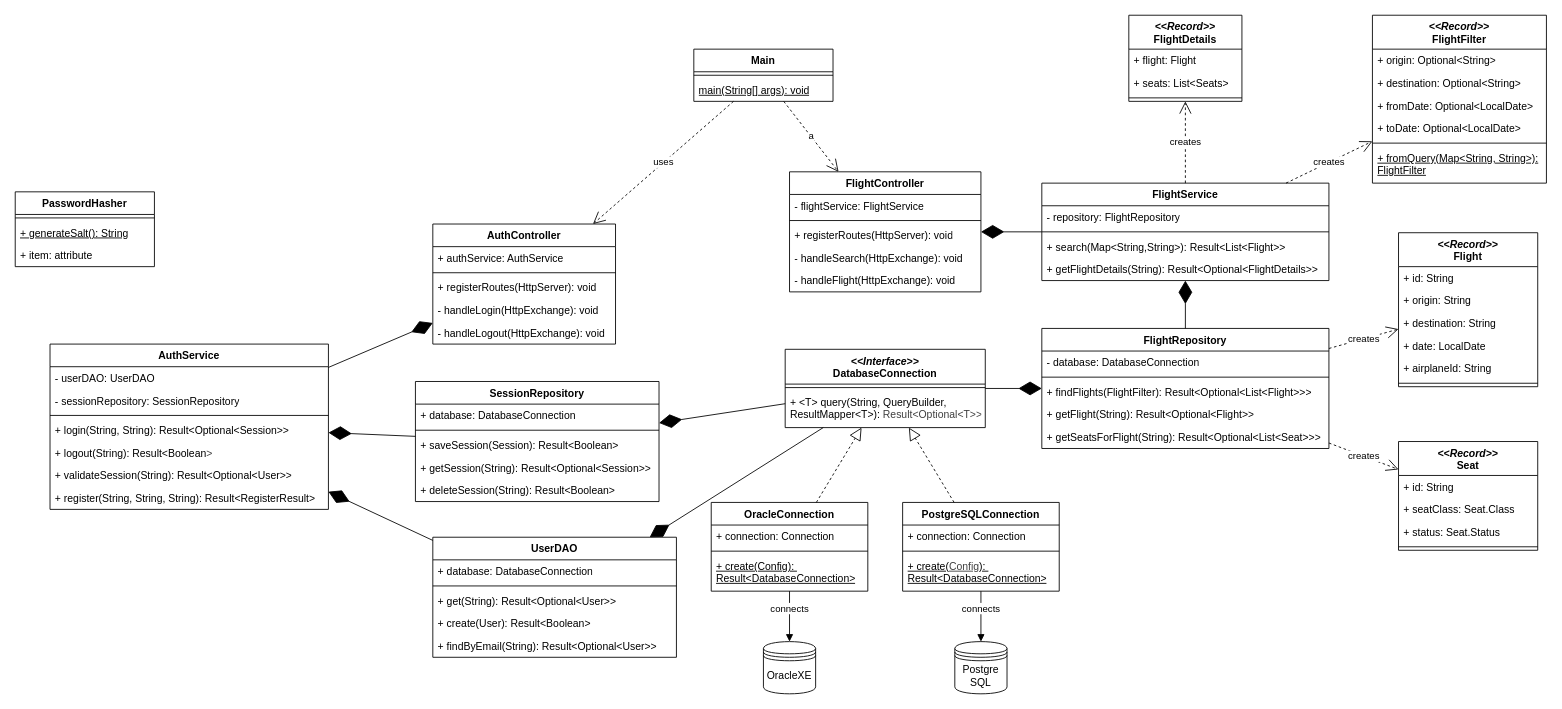
RobToxx/airline-http-server keeps this draw.io diagram as page "Detailed" (1 of 3) of docs/ClassDiagram.drawio. Above is the earlier version. Source tidied: cells renumbered, new cells numbered last; positions are measured from the earlier drawing's top-left corner, leaving out a move shared by most shapes. Both pictures are drawn from the tidied source at 87%, with x=0, y=0 at pixel (15, 15).
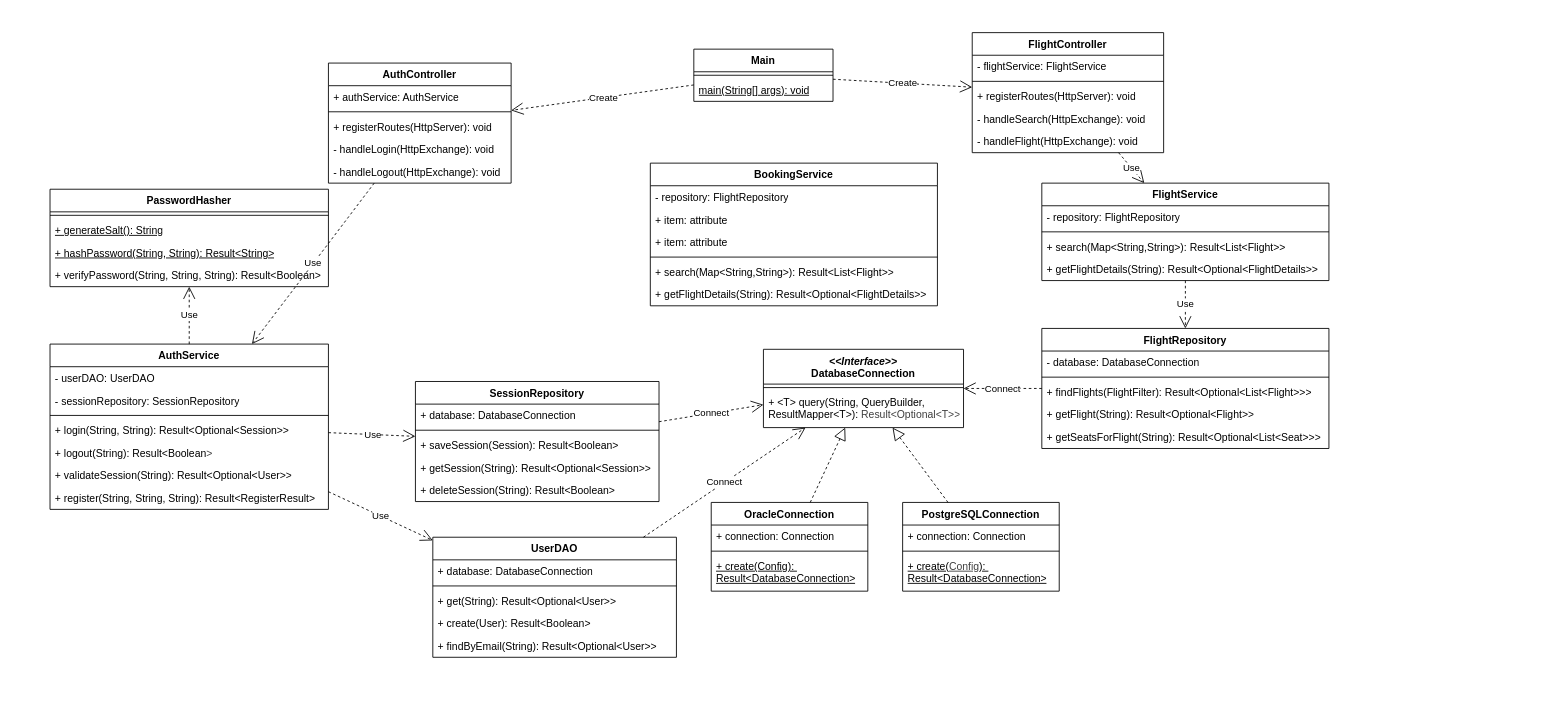
Above is the later version.

Unchanged cells that the change refers to:
```xml
<mxCell id="2" value="Main" style="swimlane;fontStyle=1;align=center;verticalAlign=top;horizontal=1;startSize=26;whiteSpace=wrap;html=1;" parent="1" vertex="1">
  <mxGeometry x="780" y="39" width="160" height="60" as="geometry" />
</mxCell>
<mxCell id="12" value="FlightService" style="swimlane;fontStyle=1;align=center;verticalAlign=top;horizontal=1;startSize=26;whiteSpace=wrap;html=1;" parent="1" vertex="1">
  <mxGeometry x="1180" y="193" width="330" height="112" as="geometry" />
</mxCell>
<mxCell id="18" value="FlightRepository" style="swimlane;fontStyle=1;align=center;verticalAlign=top;horizontal=1;startSize=26;whiteSpace=wrap;html=1;" parent="1" vertex="1">
  <mxGeometry x="1180" y="360" width="330" height="138" as="geometry" />
</mxCell>
<mxCell id="28" value="PostgreSQLConnection" style="swimlane;fontStyle=1;align=center;verticalAlign=top;horizontal=1;startSize=26;whiteSpace=wrap;html=1;" parent="1" vertex="1">
  <mxGeometry x="1020" y="560" width="180" height="102" as="geometry" />
</mxCell>
<mxCell id="34" value="OracleConnection" style="swimlane;fontStyle=1;align=center;verticalAlign=top;horizontal=1;startSize=26;whiteSpace=wrap;html=1;" parent="1" vertex="1">
  <mxGeometry x="800" y="560" width="180" height="102" as="geometry" />
</mxCell>
<mxCell id="70" value="AuthService" style="swimlane;fontStyle=1;align=center;verticalAlign=top;horizontal=1;startSize=26;whiteSpace=wrap;html=1;" parent="1" vertex="1">
  <mxGeometry x="40" y="378" width="320" height="190" as="geometry" />
</mxCell>
<mxCell id="86" value="UserDAO" style="swimlane;fontStyle=1;align=center;verticalAlign=top;horizontal=1;startSize=26;whiteSpace=wrap;html=1;" parent="1" vertex="1">
  <mxGeometry x="480" y="600" width="280" height="138" as="geometry" />
</mxCell>
<mxCell id="92" value="SessionRepository" style="swimlane;fontStyle=1;align=center;verticalAlign=top;horizontal=1;startSize=26;whiteSpace=wrap;html=1;" parent="1" vertex="1">
  <mxGeometry x="460" y="421" width="280" height="138" as="geometry" />
</mxCell>
```

Diff of the diagram source:
```diff
@@
     <mxCell id="5" value="FlightController" style="swimlane;fontStyle=1;align=center;verticalAlign=top;horizontal=1;startSize=26;whiteSpace=wrap;html=1;" parent="1" vertex="1">
-      <mxGeometry x="890" y="180" width="220" height="138" as="geometry" />
+      <mxGeometry x="1100" y="20" width="220" height="138" as="geometry" />
     </mxCell>
@@
-    <mxCell id="11" value="a" style="endArrow=open;endSize=12;dashed=1;html=1;" parent="1" edge="1" source="2" target="5">
-      <mxGeometry relative="1" as="geometry" />
-    </mxCell>
@@
-    <mxCell id="17" style="endArrow=diamondThin;endFill=1;endSize=24;html=1;" parent="1" edge="1" source="12" target="5">
-      <mxGeometry relative="1" as="geometry" />
-    </mxCell>
@@
-    <mxCell id="24" style="endArrow=diamondThin;endFill=1;endSize=24;html=1;" parent="1" edge="1" source="18" target="12">
-      <mxGeometry relative="1" as="geometry" />
-    </mxCell>
     <mxCell id="25" value="&lt;div&gt;&lt;i style=&quot;&quot;&gt;&amp;lt;&amp;lt;Interface&amp;gt;&amp;gt;&lt;/i&gt;&lt;/div&gt;DatabaseConnection" style="swimlane;fontStyle=1;align=center;verticalAlign=top;horizontal=1;startSize=40;whiteSpace=wrap;html=1;" parent="1" vertex="1">
-      <mxGeometry x="885" y="384" width="230" height="90" as="geometry" />
+      <mxGeometry x="860" y="384" width="230" height="90" as="geometry" />
     </mxCell>
@@
-    <mxCell id="32" style="endArrow=diamondThin;endFill=1;endSize=24;html=1;" parent="1" edge="1" source="25" target="18">
-      <mxGeometry relative="1" as="geometry" />
-    </mxCell>
@@
-    <mxCell id="39" value="&lt;div&gt;&lt;i&gt;&amp;lt;&amp;lt;Record&amp;gt;&amp;gt;&lt;/i&gt;&lt;/div&gt;Flight" style="swimlane;fontStyle=1;align=center;verticalAlign=top;horizontal=1;startSize=39;whiteSpace=wrap;html=1;" parent="1" vertex="1">
-      <mxGeometry x="1590" y="250" width="160" height="177" as="geometry" />
-    </mxCell>
-    <mxCell id="40" value="+ id: String" style="text;strokeColor=none;fillColor=none;align=left;verticalAlign=top;spacingLeft=4;spacingRight=4;overflow=hidden;whiteSpace=wrap;html=1;" parent="39" vertex="1">
-      <mxGeometry y="39" width="160" height="26" as="geometry" />
-    </mxCell>
-    <mxCell id="41" value="+ origin: String" style="text;strokeColor=none;fillColor=none;align=left;verticalAlign=top;spacingLeft=4;spacingRight=4;overflow=hidden;whiteSpace=wrap;html=1;" parent="39" vertex="1">
-      <mxGeometry y="65" width="160" height="26" as="geometry" />
-    </mxCell>
-    <mxCell id="42" value="+ destination: String" style="text;strokeColor=none;fillColor=none;align=left;verticalAlign=top;spacingLeft=4;spacingRight=4;overflow=hidden;whiteSpace=wrap;html=1;" parent="39" vertex="1">
-      <mxGeometry y="91" width="160" height="26" as="geometry" />
-    </mxCell>
-    <mxCell id="43" value="+ date: LocalDate" style="text;strokeColor=none;fillColor=none;align=left;verticalAlign=top;spacingLeft=4;spacingRight=4;overflow=hidden;whiteSpace=wrap;html=1;" parent="39" vertex="1">
-      <mxGeometry y="117" width="160" height="26" as="geometry" />
-    </mxCell>
-    <mxCell id="44" value="+ airplaneId:&amp;nbsp;&lt;span style=&quot;color: rgb(0, 0, 0);&quot;&gt;String&lt;/span&gt;" style="text;strokeColor=none;fillColor=none;align=left;verticalAlign=top;spacingLeft=4;spacingRight=4;overflow=hidden;whiteSpace=wrap;html=1;" parent="39" vertex="1">
-      <mxGeometry y="143" width="160" height="26" as="geometry" />
-    </mxCell>
-    <mxCell id="45" style="line;strokeWidth=1;fillColor=none;align=left;verticalAlign=middle;spacingTop=-1;spacingLeft=3;spacingRight=3;labelPosition=right;strokeColor=inherit;" parent="39" vertex="1">
-      <mxGeometry y="169" width="160" height="8" as="geometry" />
-    </mxCell>
-    <mxCell id="46" value="creates" style="endArrow=open;endSize=12;dashed=1;html=1;" parent="1" edge="1" source="18" target="39">
-      <mxGeometry relative="1" as="geometry" />
-    </mxCell>
-    <mxCell id="47" value="&lt;div&gt;&lt;i&gt;&amp;lt;&amp;lt;Record&amp;gt;&amp;gt;&lt;/i&gt;&lt;/div&gt;Seat" style="swimlane;fontStyle=1;align=center;verticalAlign=top;horizontal=1;startSize=39;whiteSpace=wrap;html=1;" parent="1" vertex="1">
-      <mxGeometry x="1590" y="490" width="160" height="125" as="geometry" />
-    </mxCell>
-    <mxCell id="48" value="+ id: String" style="text;strokeColor=none;fillColor=none;align=left;verticalAlign=top;spacingLeft=4;spacingRight=4;overflow=hidden;whiteSpace=wrap;html=1;" parent="47" vertex="1">
-      <mxGeometry y="39" width="160" height="26" as="geometry" />
-    </mxCell>
-    <mxCell id="49" value="+ seatClass: Seat.Class" style="text;strokeColor=none;fillColor=none;align=left;verticalAlign=top;spacingLeft=4;spacingRight=4;overflow=hidden;whiteSpace=wrap;html=1;" parent="47" vertex="1">
-      <mxGeometry y="65" width="160" height="26" as="geometry" />
-    </mxCell>
-    <mxCell id="50" value="+ status: Seat.Status" style="text;strokeColor=none;fillColor=none;align=left;verticalAlign=top;spacingLeft=4;spacingRight=4;overflow=hidden;whiteSpace=wrap;html=1;" parent="47" vertex="1">
-      <mxGeometry y="91" width="160" height="26" as="geometry" />
-    </mxCell>
-    <mxCell id="51" style="line;strokeWidth=1;fillColor=none;align=left;verticalAlign=middle;spacingTop=-1;spacingLeft=3;spacingRight=3;labelPosition=right;strokeColor=inherit;" parent="47" vertex="1">
-      <mxGeometry y="117" width="160" height="8" as="geometry" />
-    </mxCell>
-    <mxCell id="52" value="creates" style="endArrow=open;endSize=12;dashed=1;html=1;" parent="1" edge="1" source="18" target="47">
-      <mxGeometry relative="1" as="geometry" />
-    </mxCell>
-    <mxCell id="53" value="&lt;div&gt;&lt;i&gt;&amp;lt;&amp;lt;Record&amp;gt;&amp;gt;&lt;/i&gt;&lt;/div&gt;FlightFilter" style="swimlane;fontStyle=1;align=center;verticalAlign=top;horizontal=1;startSize=39;whiteSpace=wrap;html=1;" parent="1" vertex="1">
-      <mxGeometry x="1560" width="200" height="193" as="geometry" />
-    </mxCell>
-    <mxCell id="54" value="+ origin:&amp;nbsp;&lt;span style=&quot;color: rgb(0, 0, 0);&quot;&gt;Optional&amp;lt;&lt;/span&gt;String&amp;gt;" style="text;strokeColor=none;fillColor=none;align=left;verticalAlign=top;spacingLeft=4;spacingRight=4;overflow=hidden;whiteSpace=wrap;html=1;" parent="53" vertex="1">
-      <mxGeometry y="39" width="200" height="26" as="geometry" />
-    </mxCell>
-    <mxCell id="55" value="+ destination:&amp;nbsp;&lt;span style=&quot;color: rgb(0, 0, 0);&quot;&gt;Optional&amp;lt;&lt;/span&gt;String&lt;span style=&quot;color: rgb(0, 0, 0);&quot;&gt;&amp;gt;&lt;/span&gt;" style="text;strokeColor=none;fillColor=none;align=left;verticalAlign=top;spacingLeft=4;spacingRight=4;overflow=hidden;whiteSpace=wrap;html=1;" parent="53" vertex="1">
-      <mxGeometry y="65" width="200" height="26" as="geometry" />
-    </mxCell>
-    <mxCell id="56" value="+ fromDate: Optional&amp;lt;LocalDate&amp;gt;" style="text;strokeColor=none;fillColor=none;align=left;verticalAlign=top;spacingLeft=4;spacingRight=4;overflow=hidden;whiteSpace=wrap;html=1;" parent="53" vertex="1">
-      <mxGeometry y="91" width="200" height="26" as="geometry" />
-    </mxCell>
-    <mxCell id="57" value="+ toDate:&amp;nbsp;&lt;span style=&quot;color: rgb(0, 0, 0);&quot;&gt;&lt;span style=&quot;color: rgb(0, 0, 0);&quot;&gt;Optional&amp;lt;&lt;/span&gt;LocalDate&lt;/span&gt;&lt;span style=&quot;color: rgb(0, 0, 0);&quot;&gt;&amp;gt;&lt;/span&gt;" style="text;strokeColor=none;fillColor=none;align=left;verticalAlign=top;spacingLeft=4;spacingRight=4;overflow=hidden;whiteSpace=wrap;html=1;" parent="53" vertex="1">
-      <mxGeometry y="117" width="200" height="26" as="geometry" />
-    </mxCell>
-    <mxCell id="58" style="line;strokeWidth=1;fillColor=none;align=left;verticalAlign=middle;spacingTop=-1;spacingLeft=3;spacingRight=3;labelPosition=right;strokeColor=inherit;" parent="53" vertex="1">
-      <mxGeometry y="143" width="200" height="8" as="geometry" />
-    </mxCell>
-    <mxCell id="59" value="&lt;u&gt;+ fromQuery(Map&amp;lt;String, String&amp;gt;): FlightFilter&lt;/u&gt;" style="text;strokeColor=none;fillColor=none;align=left;verticalAlign=top;spacingLeft=4;spacingRight=4;overflow=hidden;whiteSpace=wrap;html=1;" parent="53" vertex="1">
-      <mxGeometry y="151" width="200" height="42" as="geometry" />
-    </mxCell>
-    <mxCell id="60" value="creates" style="endArrow=open;endSize=12;dashed=1;html=1;" parent="1" edge="1" source="12" target="53">
-      <mxGeometry relative="1" as="geometry" />
-    </mxCell>
-    <mxCell id="61" value="&lt;div&gt;&lt;i&gt;&amp;lt;&amp;lt;Record&amp;gt;&amp;gt;&lt;/i&gt;&lt;/div&gt;FlightDetails" style="swimlane;fontStyle=1;align=center;verticalAlign=top;horizontal=1;startSize=39;whiteSpace=wrap;html=1;" parent="1" vertex="1">
-      <mxGeometry x="1280" width="130" height="99" as="geometry" />
-    </mxCell>
-    <mxCell id="62" value="+ flight:&amp;nbsp;Flight" style="text;strokeColor=none;fillColor=none;align=left;verticalAlign=top;spacingLeft=4;spacingRight=4;overflow=hidden;whiteSpace=wrap;html=1;" parent="61" vertex="1">
-      <mxGeometry y="39" width="130" height="26" as="geometry" />
-    </mxCell>
-    <mxCell id="63" value="+ seats: List&amp;lt;Seats&amp;gt;" style="text;strokeColor=none;fillColor=none;align=left;verticalAlign=top;spacingLeft=4;spacingRight=4;overflow=hidden;whiteSpace=wrap;html=1;" parent="61" vertex="1">
-      <mxGeometry y="65" width="130" height="26" as="geometry" />
-    </mxCell>
-    <mxCell id="64" style="line;strokeWidth=1;fillColor=none;align=left;verticalAlign=middle;spacingTop=-1;spacingLeft=3;spacingRight=3;labelPosition=right;strokeColor=inherit;" parent="61" vertex="1">
-      <mxGeometry y="91" width="130" height="8" as="geometry" />
-    </mxCell>
-    <mxCell id="65" value="creates" style="endArrow=open;endSize=12;dashed=1;html=1;" parent="1" edge="1" source="12" target="61">
-      <mxGeometry x="-0.01" relative="1" as="geometry" />
-    </mxCell>
-    <mxCell id="66" value="OracleXE" style="shape=datastore;whiteSpace=wrap;html=1;" parent="1" vertex="1">
-      <mxGeometry x="860" y="720" width="60" height="60" as="geometry" />
-    </mxCell>
-    <mxCell id="67" value="Postgre&lt;div&gt;SQL&lt;/div&gt;" style="shape=datastore;whiteSpace=wrap;html=1;" parent="1" vertex="1">
-      <mxGeometry x="1080" y="720" width="60" height="60" as="geometry" />
-    </mxCell>
-    <mxCell id="68" value="connects" style="html=1;verticalAlign=bottom;endArrow=block;curved=0;rounded=0;" parent="1" edge="1" source="28" target="67">
-      <mxGeometry x="0.01" relative="1" as="geometry" />
-    </mxCell>
-    <mxCell id="69" value="connects" style="html=1;verticalAlign=bottom;endArrow=block;curved=0;rounded=0;" parent="1" edge="1" source="34" target="66">
-      <mxGeometry x="0.01" relative="1" as="geometry" />
-    </mxCell>
@@
     <mxCell id="78" value="AuthController" style="swimlane;fontStyle=1;align=center;verticalAlign=top;horizontal=1;startSize=26;whiteSpace=wrap;html=1;" parent="1" vertex="1">
-      <mxGeometry x="480" y="240" width="210" height="138" as="geometry" />
+      <mxGeometry x="360" y="55" width="210" height="138" as="geometry" />
     </mxCell>
@@
-    <mxCell id="84" value="uses" style="endArrow=open;endSize=12;dashed=1;html=1;" parent="1" edge="1" source="2" target="78">
-      <mxGeometry relative="1" as="geometry" />
-    </mxCell>
-    <mxCell id="85" style="endArrow=diamondThin;endFill=1;endSize=24;html=1;" parent="1" edge="1" source="70" target="78">
-      <mxGeometry relative="1" as="geometry" />
-    </mxCell>
@@
-    <mxCell id="98" style="endArrow=diamondThin;endFill=1;endSize=24;html=1;" parent="1" edge="1" source="92" target="70">
-      <mxGeometry relative="1" as="geometry" />
-    </mxCell>
-    <mxCell id="99" style="endArrow=diamondThin;endFill=1;endSize=24;html=1;" parent="1" edge="1" source="86" target="70">
-      <mxGeometry relative="1" as="geometry" />
-    </mxCell>
-    <mxCell id="100" style="endArrow=diamondThin;endFill=1;endSize=24;html=1;" parent="1" edge="1" source="25" target="92">
-      <mxGeometry relative="1" as="geometry" />
-    </mxCell>
-    <mxCell id="101" style="endArrow=diamondThin;endFill=1;endSize=24;html=1;" parent="1" edge="1" source="25" target="86">
-      <mxGeometry relative="1" as="geometry" />
-    </mxCell>
     <mxCell id="102" value="PasswordHasher" style="swimlane;fontStyle=1;align=center;verticalAlign=top;horizontal=1;startSize=26;whiteSpace=wrap;html=1;" parent="1" vertex="1">
-      <mxGeometry y="203" width="160" height="86" as="geometry" />
+      <mxGeometry x="40" y="200" width="320" height="112" as="geometry" />
     </mxCell>
     <mxCell id="103" style="line;strokeWidth=1;fillColor=none;align=left;verticalAlign=middle;spacingTop=-1;spacingLeft=3;spacingRight=3;labelPosition=right;strokeColor=inherit;" parent="102" vertex="1">
-      <mxGeometry y="26" width="160" height="8" as="geometry" />
+      <mxGeometry y="26" width="320" height="8" as="geometry" />
     </mxCell>
     <mxCell id="104" value="&lt;u&gt;+ generateSalt(): String&lt;/u&gt;" style="text;strokeColor=none;fillColor=none;align=left;verticalAlign=top;spacingLeft=4;spacingRight=4;overflow=hidden;whiteSpace=wrap;html=1;" parent="102" vertex="1">
-      <mxGeometry y="34" width="160" height="26" as="geometry" />
+      <mxGeometry y="34" width="320" height="26" as="geometry" />
     </mxCell>
-    <mxCell id="105" value="+ item: attribute" style="text;strokeColor=none;fillColor=none;align=left;verticalAlign=top;spacingLeft=4;spacingRight=4;overflow=hidden;whiteSpace=wrap;html=1;" parent="102" vertex="1">
-      <mxGeometry y="60" width="160" height="26" as="geometry" />
+    <mxCell id="105" value="&lt;u&gt;+ hashPassword(String, String): Result&amp;lt;String&amp;gt;&lt;/u&gt;" style="text;strokeColor=none;fillColor=none;align=left;verticalAlign=top;spacingLeft=4;spacingRight=4;overflow=hidden;whiteSpace=wrap;html=1;" parent="102" vertex="1">
+      <mxGeometry y="60" width="320" height="26" as="geometry" />
     </mxCell>
+    <mxCell id="106" value="+ verifyPassword(String, String, String): Result&amp;lt;Boolean&amp;gt;" style="text;strokeColor=none;fillColor=none;align=left;verticalAlign=top;spacingLeft=4;spacingRight=4;overflow=hidden;whiteSpace=wrap;html=1;" parent="102" vertex="1">
+      <mxGeometry y="86" width="320" height="26" as="geometry" />
+    </mxCell>
+    <mxCell id="107" value="Use" style="endArrow=open;endSize=12;dashed=1;html=1;" parent="1" edge="1" source="70" target="102">
+      <mxGeometry relative="1" as="geometry" />
+    </mxCell>
+    <mxCell id="84" value="Create" style="endArrow=open;endSize=12;dashed=1;html=1;" parent="1" edge="1" source="2" target="78">
+      <mxGeometry x="-0.01" relative="1" as="geometry" />
+    </mxCell>
+    <mxCell id="11" value="Create" style="endArrow=open;endSize=12;dashed=1;html=1;" parent="1" edge="1" source="2" target="5">
+      <mxGeometry relative="1" as="geometry" />
+    </mxCell>
+    <mxCell id="108" value="Use" style="endArrow=open;endSize=12;dashed=1;html=1;" parent="1" edge="1" source="5" target="12">
+      <mxGeometry x="-0.01" relative="1" as="geometry" />
+    </mxCell>
+    <mxCell id="109" value="Use" style="endArrow=open;endSize=12;dashed=1;html=1;" parent="1" edge="1" source="12" target="18">
+      <mxGeometry x="-0.01" relative="1" as="geometry" />
+    </mxCell>
+    <mxCell id="110" value="&lt;span style=&quot;color: rgb(0, 0, 0);&quot;&gt;Connect&lt;/span&gt;" style="endArrow=open;endSize=12;dashed=1;html=1;" parent="1" edge="1" source="18" target="25">
+      <mxGeometry relative="1" as="geometry" />
+    </mxCell>
+    <mxCell id="111" value="Connect" style="endArrow=open;endSize=12;dashed=1;html=1;" parent="1" edge="1" source="92" target="25">
+      <mxGeometry relative="1" as="geometry" />
+    </mxCell>
+    <mxCell id="112" value="Connect" style="endArrow=open;endSize=12;dashed=1;html=1;" parent="1" edge="1" source="86" target="25">
+      <mxGeometry relative="1" as="geometry" />
+    </mxCell>
+    <mxCell id="113" value="Use" style="endArrow=open;endSize=12;dashed=1;html=1;" parent="1" edge="1" source="78" target="70">
+      <mxGeometry relative="1" as="geometry" />
+    </mxCell>
+    <mxCell id="114" value="Use" style="endArrow=open;endSize=12;dashed=1;html=1;" parent="1" edge="1" source="70" target="92">
+      <mxGeometry x="0.01" relative="1" as="geometry" />
+    </mxCell>
+    <mxCell id="115" value="Use" style="endArrow=open;endSize=12;dashed=1;html=1;" parent="1" edge="1" source="70" target="86">
+      <mxGeometry relative="1" as="geometry" />
+    </mxCell>
+    <mxCell id="116" value="BookingService" style="swimlane;fontStyle=1;align=center;verticalAlign=top;horizontal=1;startSize=26;whiteSpace=wrap;html=1;" parent="1" vertex="1">
+      <mxGeometry x="730" y="170" width="330" height="164" as="geometry" />
+    </mxCell>
+    <mxCell id="117" value="-&amp;nbsp;&lt;span style=&quot;color: rgb(0, 0, 0);&quot;&gt;repository:&amp;nbsp;&lt;/span&gt;FlightRepository" style="text;strokeColor=none;fillColor=none;align=left;verticalAlign=top;spacingLeft=4;spacingRight=4;overflow=hidden;whiteSpace=wrap;html=1;" parent="116" vertex="1">
+      <mxGeometry y="26" width="330" height="26" as="geometry" />
+    </mxCell>
+    <mxCell id="118" value="+ item: attribute" style="text;strokeColor=none;fillColor=none;align=left;verticalAlign=top;spacingLeft=4;spacingRight=4;overflow=hidden;whiteSpace=wrap;html=1;" parent="116" vertex="1">
+      <mxGeometry y="52" width="330" height="26" as="geometry" />
+    </mxCell>
+    <mxCell id="119" value="+ item: attribute" style="text;strokeColor=none;fillColor=none;align=left;verticalAlign=top;spacingLeft=4;spacingRight=4;overflow=hidden;whiteSpace=wrap;html=1;" parent="116" vertex="1">
+      <mxGeometry y="78" width="330" height="26" as="geometry" />
+    </mxCell>
+    <mxCell id="120" style="line;strokeWidth=1;fillColor=none;align=left;verticalAlign=middle;spacingTop=-1;spacingLeft=3;spacingRight=3;labelPosition=right;strokeColor=inherit;" parent="116" vertex="1">
+      <mxGeometry y="104" width="330" height="8" as="geometry" />
+    </mxCell>
+    <mxCell id="121" value="+ search(Map&amp;lt;String,String&amp;gt;): Result&amp;lt;List&amp;lt;Flight&amp;gt;&amp;gt;" style="text;strokeColor=none;fillColor=none;align=left;verticalAlign=top;spacingLeft=4;spacingRight=4;overflow=hidden;whiteSpace=wrap;html=1;" parent="116" vertex="1">
+      <mxGeometry y="112" width="330" height="26" as="geometry" />
+    </mxCell>
+    <mxCell id="122" value="+ getFlightDetails(String): Result&amp;lt;Optional&amp;lt;FlightDetails&amp;gt;&amp;gt;" style="text;strokeColor=none;fillColor=none;align=left;verticalAlign=top;spacingLeft=4;spacingRight=4;overflow=hidden;whiteSpace=wrap;html=1;" parent="116" vertex="1">
+      <mxGeometry y="138" width="330" height="26" as="geometry" />
+    </mxCell>
```
